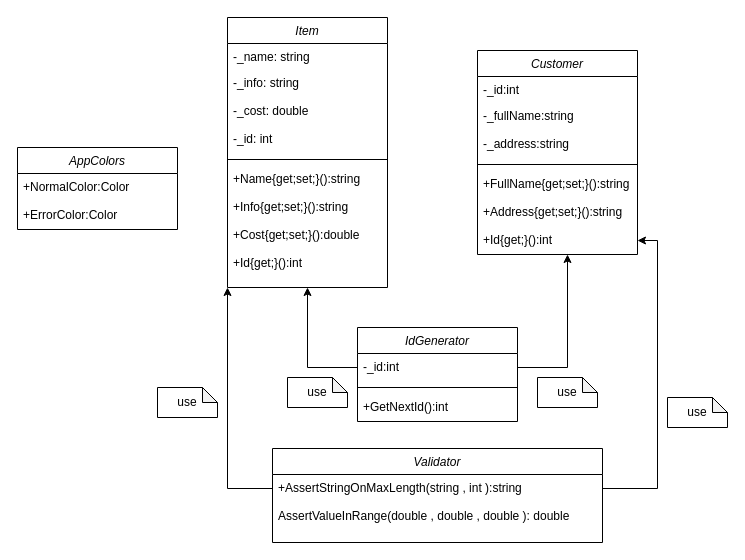
Earlier version of the draw.io diagram doc/ObjectOrientedPractics/Practics1.drawio (Ploofafa/Programming). Source tidied: cells renumbered, new cells numbered last; positions are measured from the earlier drawing's top-left corner, leaving out a move shared by most shapes. Both pictures are drawn from the tidied source at 100%, with x=0, y=0 at pixel (17, 17).
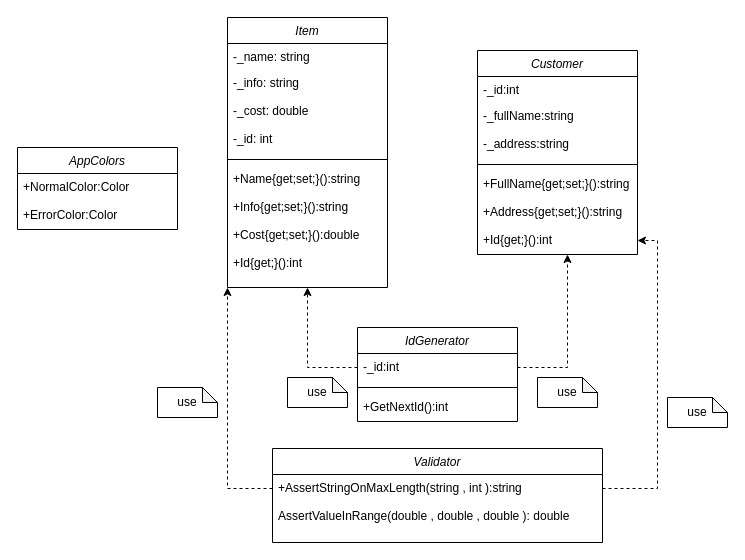
The same page after the edit.

Unchanged cells that the change refers to:
```xml
<mxCell id="2" value="Item" style="swimlane;fontStyle=2;align=center;verticalAlign=top;horizontal=1;startSize=26;rounded=0;shadow=0;strokeWidth=1;" parent="1" vertex="1">
  <mxGeometry x="210" width="160" height="270" as="geometry" />
</mxCell>
<mxCell id="19" value="+Id{get;}():int" style="text;align=left;verticalAlign=top;spacingLeft=4;spacingRight=4;overflow=hidden;points=[[0,0.5],[1,0.5]];portConstraint=eastwest;rounded=0;shadow=0;html=0;" parent="12" vertex="1">
  <mxGeometry y="176" width="160" height="28" as="geometry" />
</mxCell>
<mxCell id="24" value="-_id:int" style="text;align=left;verticalAlign=top;spacingLeft=4;spacingRight=4;overflow=hidden;points=[[0,0.5],[1,0.5]];portConstraint=eastwest;rounded=0;shadow=0;html=0;" parent="23" vertex="1">
  <mxGeometry y="26" width="160" height="28" as="geometry" />
</mxCell>
<mxCell id="32" value="+AssertStringOnMaxLength(string , int ):string" style="text;align=left;verticalAlign=top;spacingLeft=4;spacingRight=4;overflow=hidden;points=[[0,0.5],[1,0.5]];portConstraint=eastwest;rounded=0;shadow=0;html=0;" parent="31" vertex="1">
  <mxGeometry y="26" width="330" height="28" as="geometry" />
</mxCell>
```

Diff of the diagram source:
```diff
@@
-    <mxCell id="27" style="endArrow=classic;html=1;rounded=0;exitX=0;exitY=0.5;exitDx=0;exitDy=0;entryX=0.5;entryY=1;entryDx=0;entryDy=0;" parent="1" edge="1" source="24" target="2">
+    <mxCell id="27" style="endArrow=classic;html=1;rounded=0;exitX=0;exitY=0.5;exitDx=0;exitDy=0;entryX=0.5;entryY=1;entryDx=0;entryDy=0;dashed=1;" parent="1" edge="1" source="24" target="2">
       <mxGeometry relative="1" as="geometry">
         <Array as="points">
           <mxPoint x="290" y="350" />
         </Array>
       </mxGeometry>
     </mxCell>
-    <mxCell id="28" style="endArrow=classic;html=1;rounded=0;exitX=1;exitY=0.5;exitDx=0;exitDy=0;entryX=0.5;entryY=1;entryDx=0;entryDy=0;" parent="1" edge="1" source="24">
+    <mxCell id="28" style="endArrow=classic;html=1;rounded=0;exitX=1;exitY=0.5;exitDx=0;exitDy=0;entryX=0.5;entryY=1;entryDx=0;entryDy=0;dashed=1;" parent="1" edge="1" source="24">
       <mxGeometry relative="1" as="geometry">
         <mxPoint x="550" y="237" as="targetPoint" />
         <Array as="points">
           <mxPoint x="550" y="350" />
         </Array>
       </mxGeometry>
     </mxCell>
@@
-    <mxCell id="34" style="edgeStyle=orthogonalEdgeStyle;rounded=0;jettySize=auto;html=1;exitX=0;exitY=0.5;exitDx=0;exitDy=0;entryX=0;entryY=1;entryDx=0;entryDy=0;" parent="1" edge="1" source="32" target="2">
+    <mxCell id="34" style="edgeStyle=orthogonalEdgeStyle;rounded=0;jettySize=auto;html=1;exitX=0;exitY=0.5;exitDx=0;exitDy=0;entryX=0;entryY=1;entryDx=0;entryDy=0;dashed=1;" parent="1" edge="1" source="32" target="2">
       <mxGeometry relative="1" as="geometry" />
     </mxCell>
@@
-    <mxCell id="36" style="edgeStyle=orthogonalEdgeStyle;rounded=0;jettySize=auto;html=1;exitX=1;exitY=0.5;exitDx=0;exitDy=0;entryX=1;entryY=0.5;entryDx=0;entryDy=0;" parent="1" edge="1" source="32" target="19">
+    <mxCell id="36" style="edgeStyle=orthogonalEdgeStyle;rounded=0;jettySize=auto;html=1;exitX=1;exitY=0.5;exitDx=0;exitDy=0;entryX=1;entryY=0.5;entryDx=0;entryDy=0;dashed=1;" parent="1" edge="1" source="32" target="19">
       <mxGeometry relative="1" as="geometry" />
     </mxCell>
```
